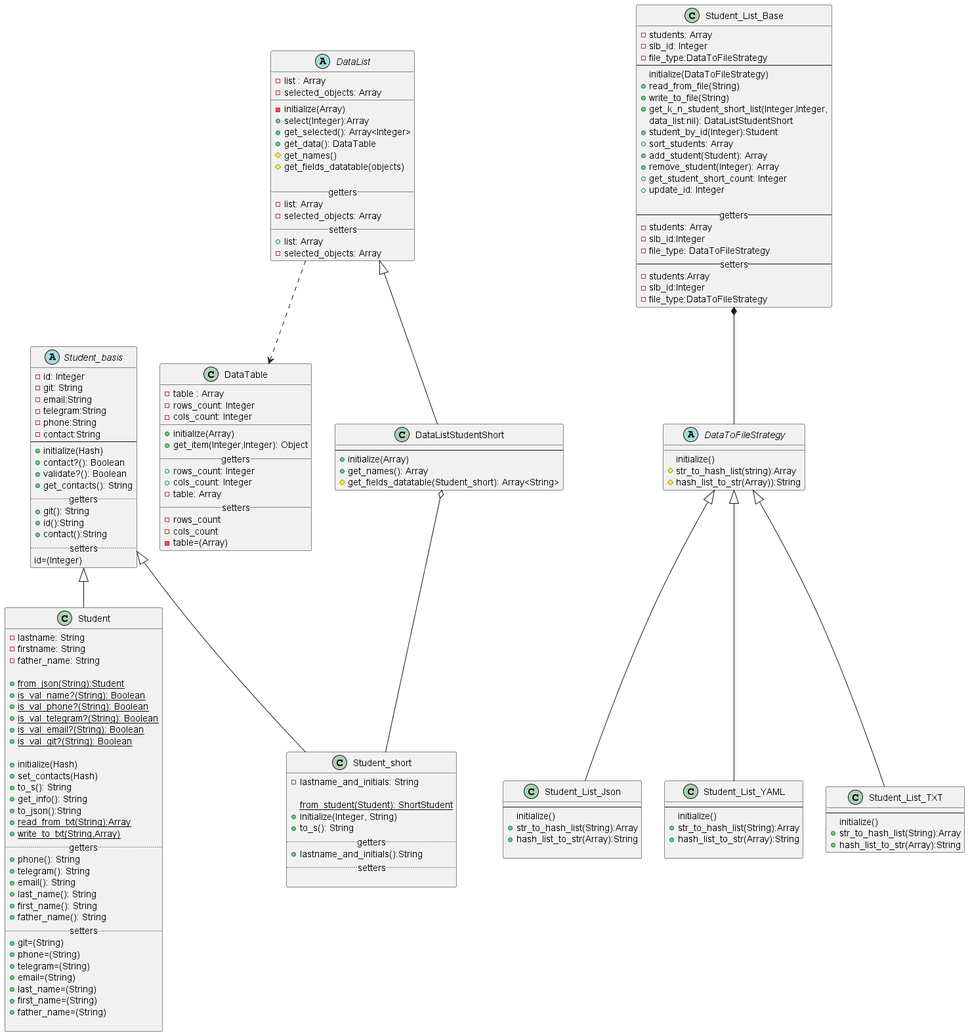
This is lab2/diagrams/student_diagrams.png from ColdEiler/pattern, a PlantUML export, as it was before one commit. Its diagram source:
```plantuml
@startuml
abstract class Student_basis{
     -id: Integer
     -git: String
     -email:String
     -telegram:String
     -phone:String
     -contact:String
--
     +initialize(Hash)
     +contact?(): Boolean
     +validate?(): Boolean
     +get_contacts(): String
     .. getters..
     +git(): String
     +id():String
     +contact():String
     .. setters ..
     id=(Integer)
}

class Student extends Student_basis{
     -lastname: String
     -firstname: String
     -father_name: String

     +{static}from_json(String):Student
     +{static}is_val_name?(String): Boolean
     +{static}is_val_phone?(String): Boolean
     +{static}is_val_telegram?(String): Boolean
     +{static}is_val_email?(String): Boolean
     +{static}is_val_git?(String): Boolean

     +initialize(Hash)
     +set_contacts(Hash)
     +to_s(): String
     +get_info(): String
     +to_json():String
     +{static}read_from_txt(String):Array
     +{static}write_to_txt(String,Array)
     .. getters ..
     +phone(): String
     +telegram(): String
     +email(): String
     +last_name(): String
     +first_name(): String
     +father_name(): String
     .. setters ..
     +git=(String)
     +phone=(String)
     +telegram=(String)
     +email=(String)
     +last_name=(String)
     +first_name=(String)
     +father_name=(String)

}

class Student_short extends Student_basis{
     -lastname_and_initials: String

     {static}from_student(Student): ShortStudent
     +initialize(Integer, String)
     +to_s(): String
     .. getters ..
     +lastname_and_initials():String
     .. setters ..

}


class DataTable{
    -table : Array
    -rows_count: Integer
    -cols_count: Integer
    __
    +initialize(Array)
    +get_item(Integer,Integer): Object
    __getters__
    +rows_count: Integer
    +cols_count: Integer
    -table: Array
    __setters__
    -rows_count
    -cols_count
    -table=(Array)
}
abstract class DataList{
    -list : Array
    -selected_objects: Array
    __
    -initialize(Array)
    +select(Integer):Array
    +get_selected(): Array<Integer>
    +get_data(): DataTable
    #get_names()
    #get_fields_datatable(objects)

    __getters__
    -list: Array
    -selected_objects: Array
    __setters__
    +list: Array
    -selected_objects: Array
}

class DataListStudentShort extends DataList{
    --
    +initialize(Array)
    +get_names(): Array
    #get_fields_datatable(Student_short): Array<String>
}

DataList ..> DataTable
DataListStudentShort o-- Student_short

class Student_List_Base{
    -students: Array
    -slb_id: Integer
    -file_type:DataToFileStrategy
--
    initialize(DataToFileStrategy)
    +read_from_file(String)
    +write_to_file(String)
    +get_k_n_student_short_list(Integer,Integer,
    data_list:nil): DataListStudentShort
    +student_by_id(Integer):Student
    +sort_students: Array
    +add_student(Student): Array
    +remove_student(Integer): Array
    +get_student_short_count: Integer
    +update_id: Integer

--  getters --
    -students: Array
    -slb_id:Integer
    -file_type: DataToFileStrategy
--  setters --
    -students:Array
    -slb_id:Integer
    -file_type:DataToFileStrategy
}

abstract class DataToFileStrategy{
    initialize()
    #str_to_hash_list(string):Array
    #hash_list_to_str(Array)):String
}

class Student_List_Json extends DataToFileStrategy{
    --
    initialize()
    +str_to_hash_list(String):Array
    +hash_list_to_str(Array):String

}

class Student_List_YAML extends DataToFileStrategy{
    --
    initialize()
    +str_to_hash_list(String):Array
    +hash_list_to_str(Array):String

}

class Student_List_TXT extends DataToFileStrategy{
    --
    initialize()
    +str_to_hash_list(String):Array
    +hash_list_to_str(Array):String
}
Student_List_Base *-- DataToFileStrategy
@enduml
```
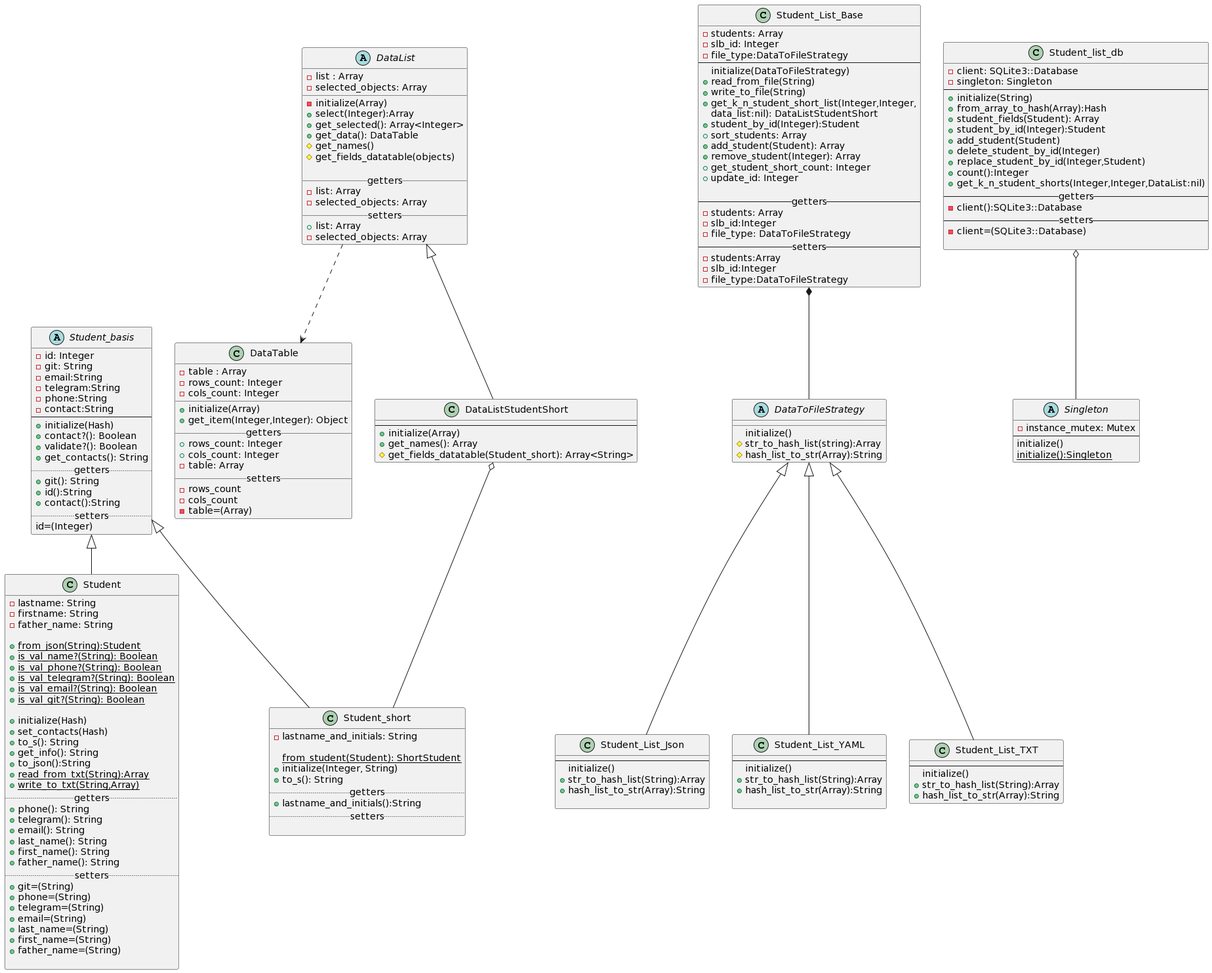
Later version of the same file.

Commit message:
обновил диагрмму

Change to the diagram source:
```diff
@@ -144,7 +144,7 @@
 abstract class DataToFileStrategy{
     initialize()
     #str_to_hash_list(string):Array
-    #hash_list_to_str(Array)):String
+    #hash_list_to_str(Array):String
 }
 
 class Student_List_Json extends DataToFileStrategy{
@@ -170,4 +170,32 @@
     +hash_list_to_str(Array):String
 }
 Student_List_Base *-- DataToFileStrategy
+
+abstract class Singleton {
+    -instance_mutex: Mutex
+    --
+    initialize()
+    {static}initialize():Singleton
+}
+
+class Student_list_db{
+    -client: SQLite3::Database
+    -singleton: Singleton
+    --
+    +initialize(String)
+    +from_array_to_hash(Array):Hash
+    +student_fields(Student): Array
+    +student_by_id(Integer):Student
+    +add_student(Student)
+    +delete_student_by_id(Integer)
+    +replace_student_by_id(Integer,Student)
+    +count():Integer
+    +get_k_n_student_shorts(Integer,Integer,DataList:nil)
+    --getters--
+    -client():SQLite3::Database
+    --setters--
+    -client=(SQLite3::Database)
+
+}
+Student_list_db o-- Singleton
 @enduml
```
